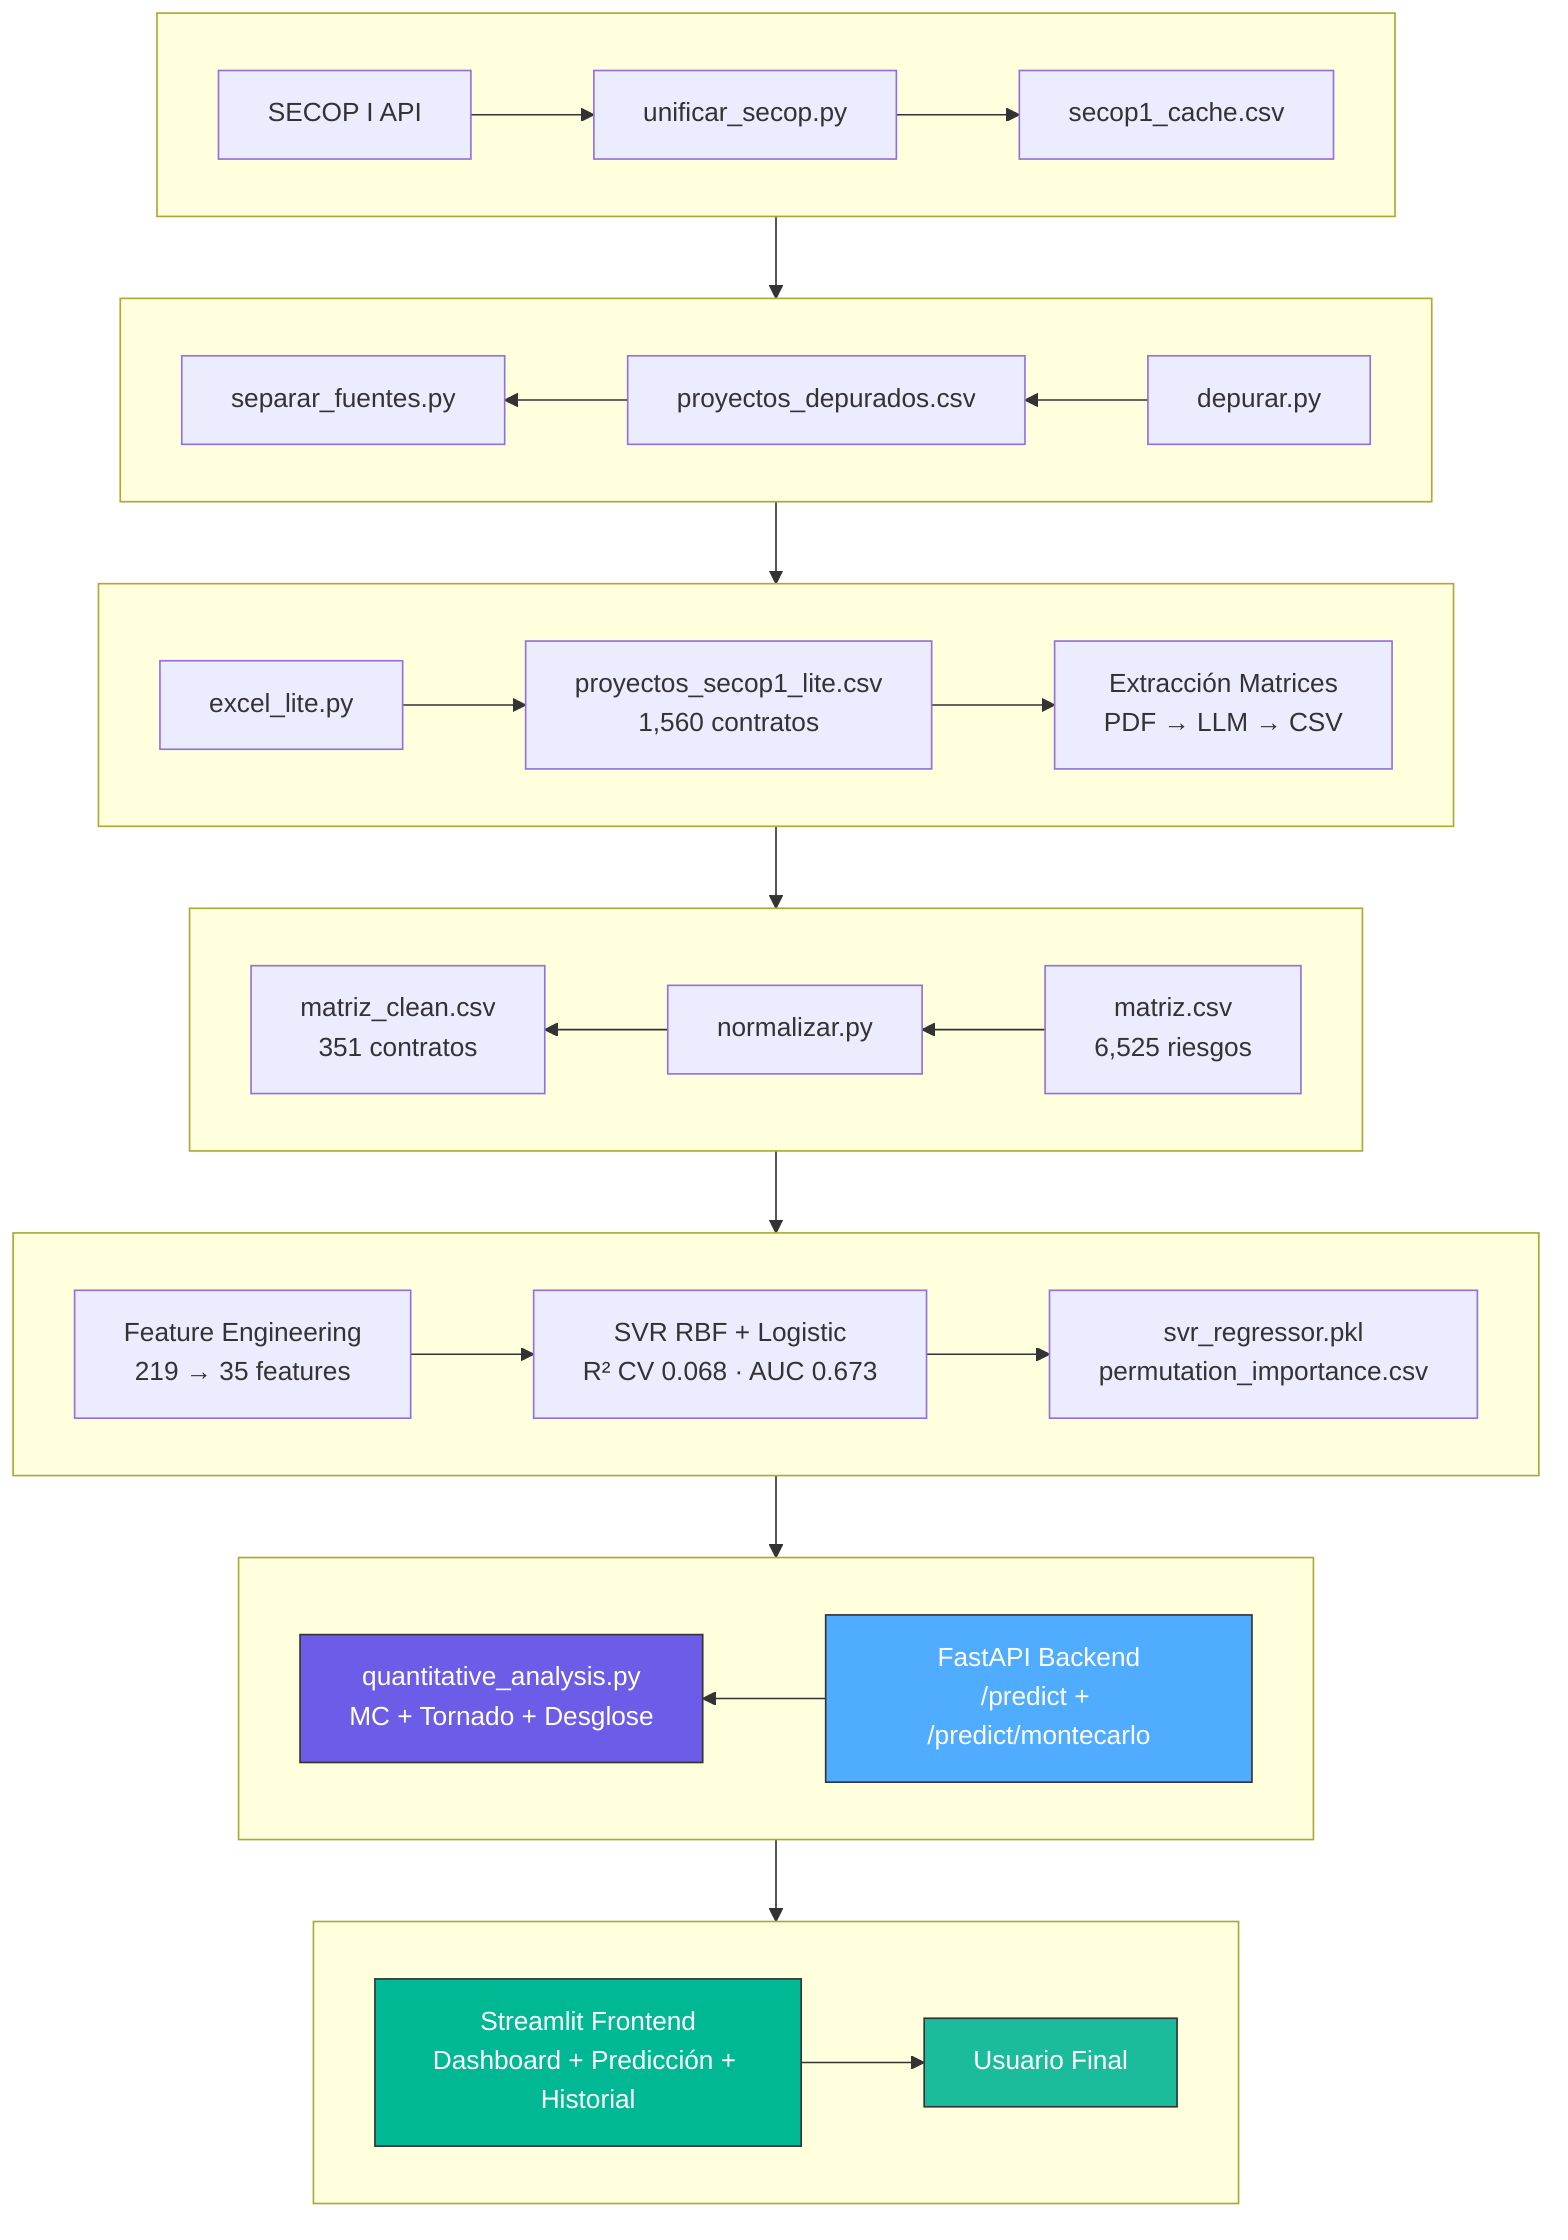
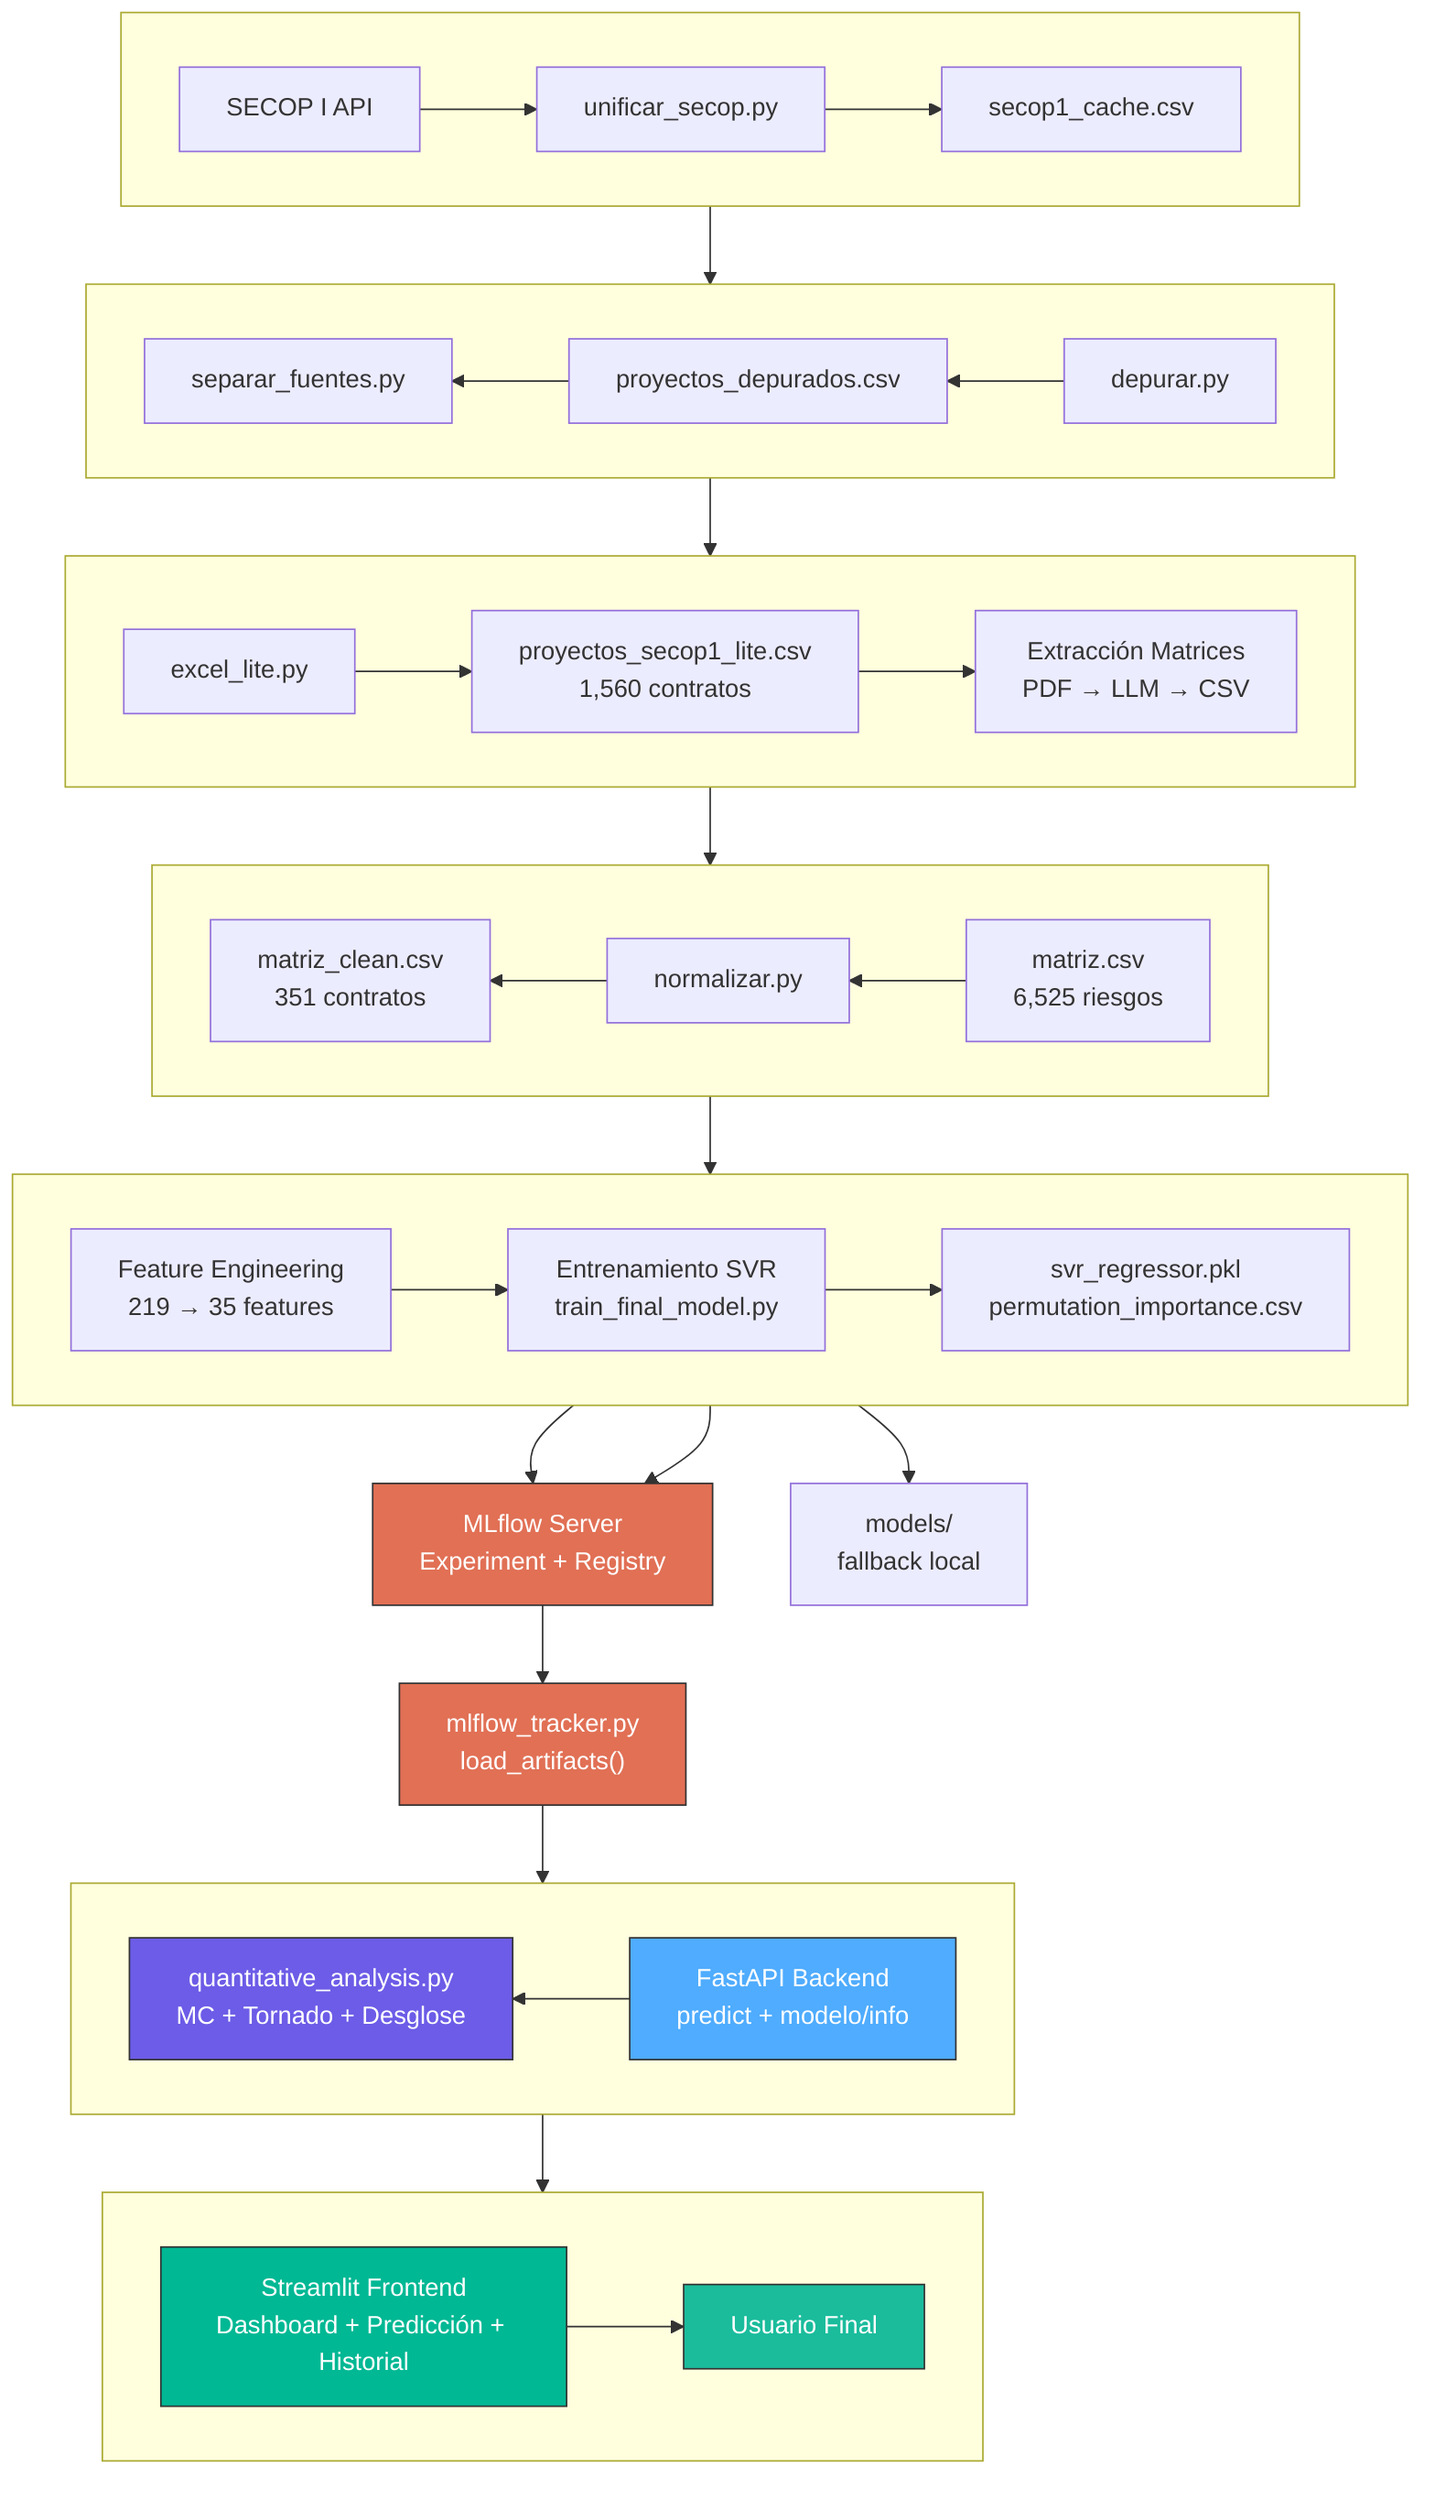
%% Snake pattern using subgraphs with direction RL for alternating rows
graph TB
    subgraph R1[" "]
        direction LR
        A[SECOP I API] --> B[unificar_secop.py] --> C[secop1_cache.csv]
    end
    C --> D[depurar.py]
    subgraph R2[" "]
        direction RL
        D --> E[proyectos_depurados.csv] --> F[separar_fuentes.py]
    end
    F --> G[excel_lite.py]
    subgraph R3[" "]
        direction LR
        G --> H[proyectos_secop1_lite.csv<br/>1,560 contratos] --> I[Extracción Matrices<br/>PDF → LLM → CSV]
    end
    I --> J[matriz.csv<br/>6,525 riesgos]
    subgraph R4[" "]
        direction RL
        J --> K[normalizar.py] --> L[matriz_clean.csv<br/>351 contratos]
    end
    L --> M[Feature Engineering<br/>219 → 35 features]
    subgraph R5[" "]
        direction LR
-         M --> N[SVR RBF + Logistic<br/>R² CV 0.068 · AUC 0.673] --> O[svr_regressor.pkl<br/>permutation_importance.csv]
+         M --> N[Entrenamiento SVR<br/>train_final_model.py] --> O[svr_regressor.pkl<br/>permutation_importance.csv]
    end
-     O --> P[FastAPI Backend<br/>/predict + /predict/montecarlo]
+     O --> P[MLflow Server<br/>Experiment + Registry]
+     N --> P
+     P --> Q["mlflow_tracker.py<br/>load_artifacts()"]
+     Q --> R[FastAPI Backend<br/>predict + modelo/info]
+     O --> S[models/<br/>fallback local]
    subgraph R6[" "]
        direction RL
-         P --> Q[quantitative_analysis.py<br/>MC + Tornado + Desglose]
+         R --> T["quantitative_analysis.py<br/>MC + Tornado + Desglose"]
    end
-     Q --> R[Streamlit Frontend<br/>Dashboard + Predicción + Historial]
+     T --> U[Streamlit Frontend<br/>Dashboard + Predicción + Historial]
    subgraph R7[" "]
        direction LR
-         R --> S[Usuario Final]
+         U --> V[Usuario Final]
    end

-     style P fill:#4facfe,stroke:#333,color:white
-     style Q fill:#6C5CE7,stroke:#333,color:white
-     style R fill:#00B894,stroke:#333,color:white
-     style S fill:#1ABC9C,stroke:#333,color:white
+     style P fill:#E17055,stroke:#333,color:white
+     style Q fill:#E17055,stroke:#333,color:white
+     style R fill:#4facfe,stroke:#333,color:white
+     style T fill:#6C5CE7,stroke:#333,color:white
+     style U fill:#00B894,stroke:#333,color:white
+     style V fill:#1ABC9C,stroke:#333,color:white
